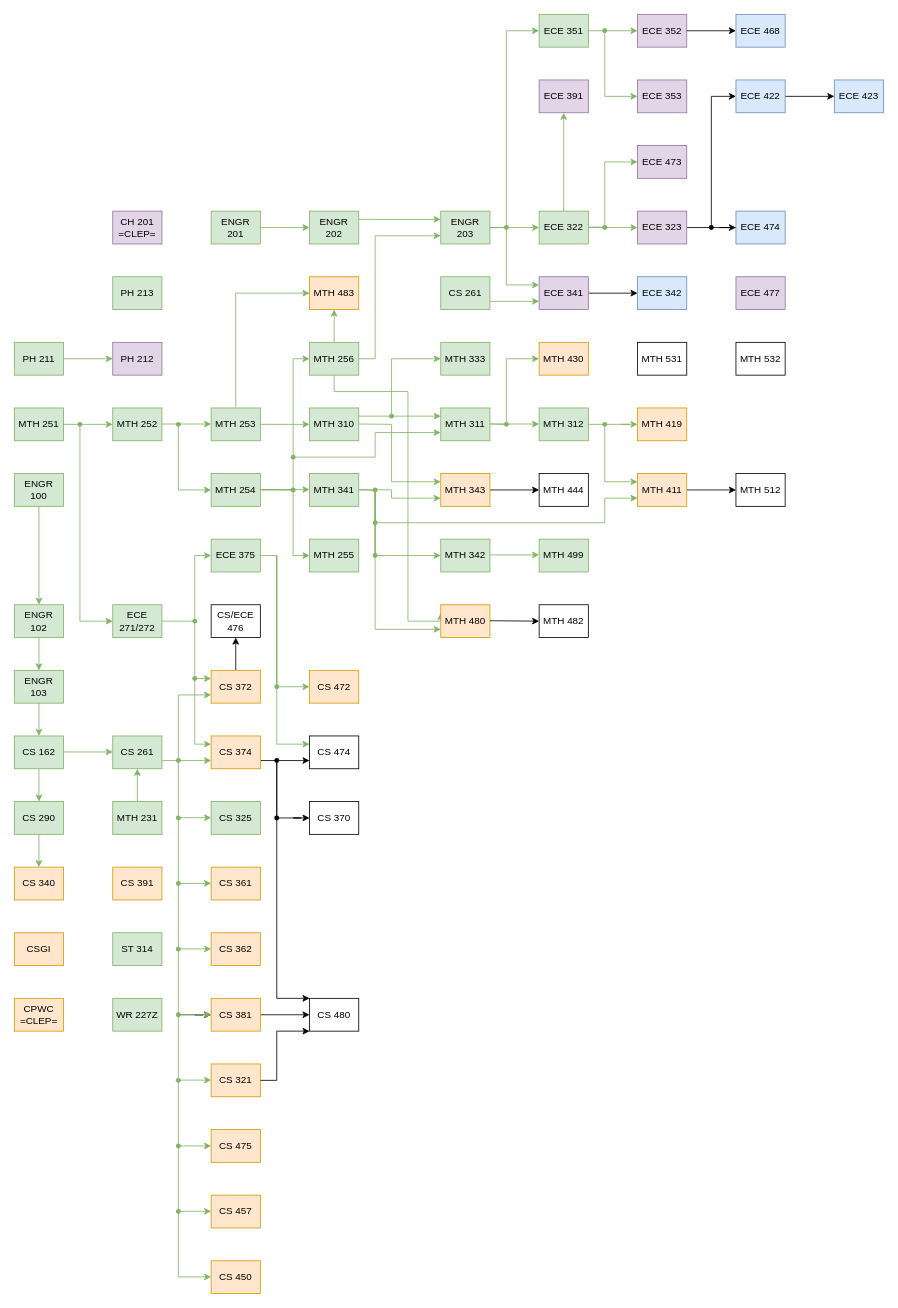
Earlier version of the draw.io diagram Classes.drawio (Jonas-Carew/Class-Flowchart). Source tidied: cells renumbered, new cells numbered last; positions are measured from the earlier drawing's top-left corner, leaving out a move shared by most shapes. Both pictures are drawn from the tidied source at 82%, with x=0, y=0 at pixel (14, 14).
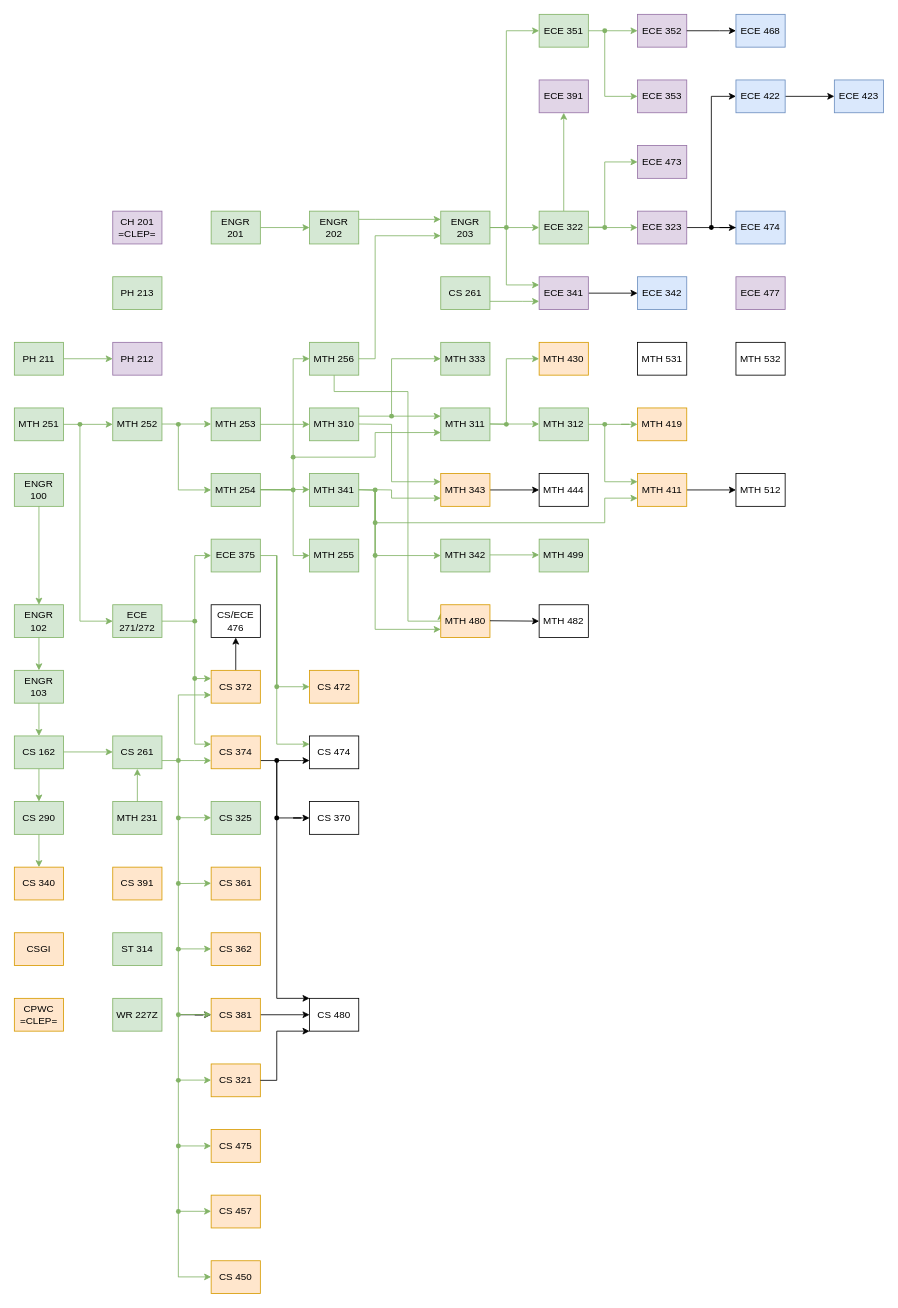
After the change.

The change refers to these unchanged cells:
```xml
<mxCell id="78" value="MTH 256" style="rounded=0;whiteSpace=wrap;html=1;fillColor=#d5e8d4;strokeColor=#82b366;" parent="1" vertex="1">
  <mxGeometry x="360" y="400" width="60" height="40" as="geometry" />
</mxCell>
```

What changed in the source:
```diff
@@
-    <mxCell id="77" style="edgeStyle=orthogonalEdgeStyle;rounded=0;jettySize=auto;html=1;fillColor=#d5e8d4;strokeColor=#82b366;" parent="1" edge="1" source="78" target="80">
-      <mxGeometry relative="1" as="geometry" />
-    </mxCell>
@@
-    <mxCell id="80" value="MTH 483" style="rounded=0;whiteSpace=wrap;html=1;fillColor=#ffe6cc;strokeColor=#d79b00;" parent="1" vertex="1">
-      <mxGeometry x="360" y="320" width="60" height="40" as="geometry" />
-    </mxCell>
-    <mxCell id="81" style="endArrow=classic;html=1;rounded=0;exitX=1;exitY=0.5;exitDx=0;exitDy=0;entryX=0;entryY=0.5;entryDx=0;entryDy=0;fillColor=#d5e8d4;strokeColor=#82b366;" parent="1" edge="1" target="80">
-      <mxGeometry relative="1" as="geometry">
-        <mxPoint x="270" y="479" as="sourcePoint" />
-        <Array as="points">
-          <mxPoint x="270" y="340" />
-        </Array>
-      </mxGeometry>
-    </mxCell>
```
